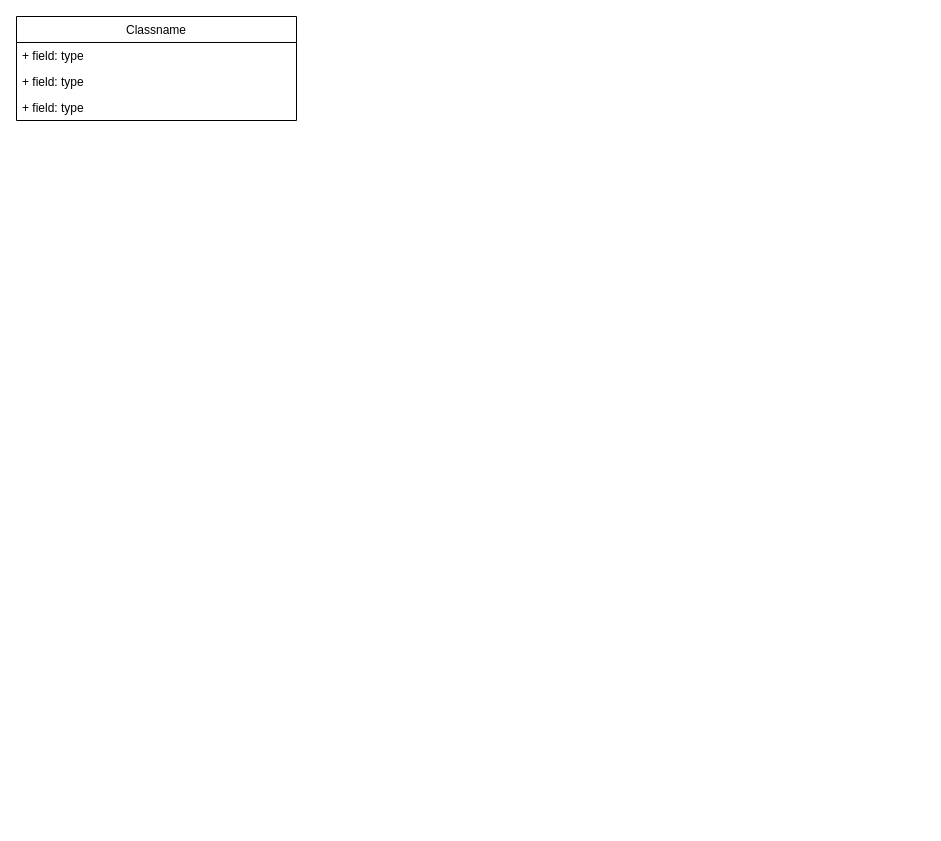
Above: Modelos/Diseño conceptual.drawio in adrianjavier/PlaceMyBet2 (draw.io), before the change. Source tidied: cells renumbered, new cells numbered last; positions are measured from the earlier drawing's top-left corner, leaving out a move shared by most shapes. Both pictures are drawn from the tidied source at 100%, with x=0, y=0 at pixel (16, 16).
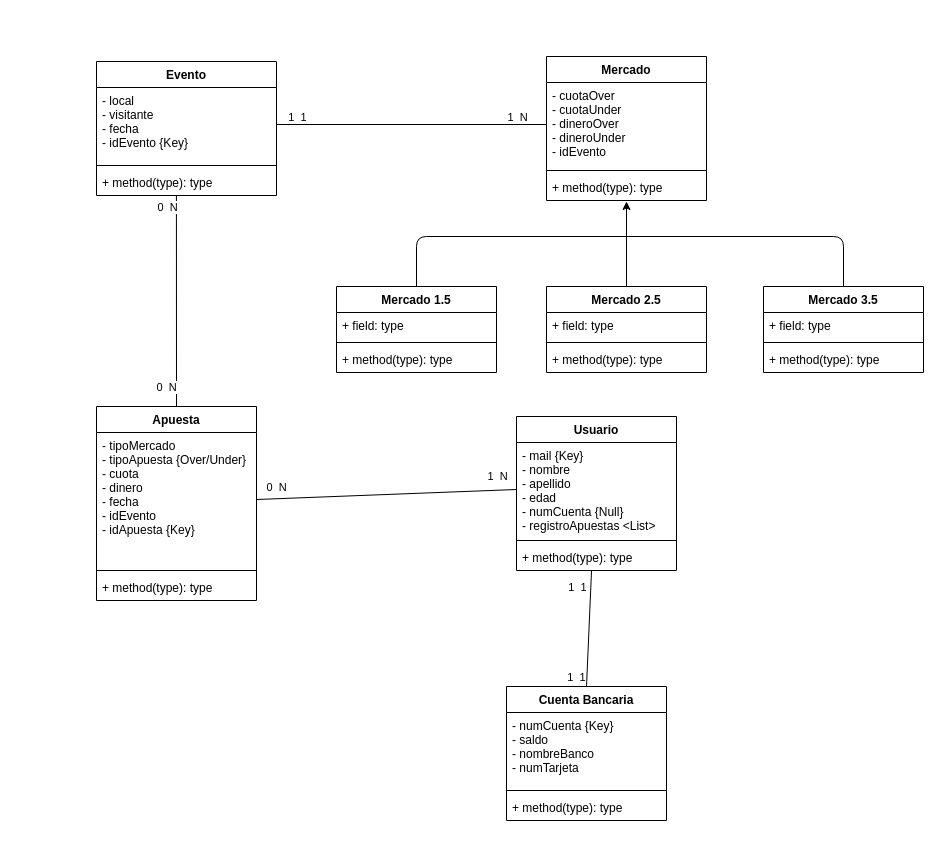
The same page after the edit.

Diff of the diagram source:
```diff
@@
-    <mxCell id="2" value="Classname" style="swimlane;fontStyle=0;horizontal=1;startSize=26;fillColor=none;" parent="1" vertex="1">
-      <mxGeometry width="280" height="104" as="geometry" />
-    </mxCell>
-    <mxCell id="3" value="+ field: type" style="text;strokeColor=none;fillColor=none;align=left;verticalAlign=top;spacingLeft=4;spacingRight=4;overflow=hidden;" parent="2" vertex="1">
-      <mxGeometry y="26" width="280" height="26" as="geometry" />
-    </mxCell>
-    <mxCell id="4" value="+ field: type" style="text;strokeColor=none;fillColor=none;align=left;verticalAlign=top;spacingLeft=4;spacingRight=4;overflow=hidden;" parent="2" vertex="1">
-      <mxGeometry y="52" width="280" height="26" as="geometry" />
-    </mxCell>
-    <mxCell id="5" value="+ field: type" style="text;strokeColor=none;fillColor=none;align=left;verticalAlign=top;spacingLeft=4;spacingRight=4;overflow=hidden;" parent="2" vertex="1">
-      <mxGeometry y="78" width="280" height="26" as="geometry" />
-    </mxCell>
+    <mxCell id="6" style="endArrow=none;html=1;entryX=0.5;entryY=0;entryDx=0;entryDy=0;exitX=0.469;exitY=1;exitDx=0;exitDy=0;exitPerimeter=0;endFill=0;" parent="1" edge="1" source="41" target="45">
+      <mxGeometry relative="1" as="geometry" />
+    </mxCell>
+    <mxCell id="7" value="1&amp;nbsp; 1" style="edgeLabel;html=1;align=center;verticalAlign=middle;" parent="6" vertex="1">
+      <mxGeometry x="-0.76" y="-2" relative="1" as="geometry">
+        <mxPoint x="-12.4" y="3.1" as="offset" />
+      </mxGeometry>
+    </mxCell>
+    <mxCell id="8" value="1&amp;nbsp; 1" style="edgeLabel;html=1;align=center;verticalAlign=middle;" parent="6" vertex="1">
+      <mxGeometry x="0.74" relative="1" as="geometry">
+        <mxPoint x="-10.7" y="5.1" as="offset" />
+      </mxGeometry>
+    </mxCell>
+    <mxCell id="9" style="endArrow=none;html=1;entryX=0;entryY=0.5;entryDx=0;entryDy=0;exitX=1;exitY=0.5;exitDx=0;exitDy=0;endFill=0;" parent="1" edge="1" source="50" target="39">
+      <mxGeometry relative="1" as="geometry" />
+    </mxCell>
+    <mxCell id="10" value="0&amp;nbsp; N" style="edgeLabel;html=1;align=center;verticalAlign=middle;" parent="9" vertex="1">
+      <mxGeometry x="-0.22" relative="1" as="geometry">
+        <mxPoint x="-81.9" y="-9.1" as="offset" />
+      </mxGeometry>
+    </mxCell>
+    <mxCell id="11" value="1&amp;nbsp; N" style="edgeLabel;html=1;align=center;verticalAlign=middle;" parent="9" vertex="1">
+      <mxGeometry x="0.75" y="-1" relative="1" as="geometry">
+        <mxPoint x="13.1" y="-15.3" as="offset" />
+      </mxGeometry>
+    </mxCell>
+    <mxCell id="12" style="endArrow=none;html=1;entryX=1;entryY=0.5;entryDx=0;entryDy=0;exitX=0;exitY=0.5;exitDx=0;exitDy=0;endFill=0;" parent="1" edge="1" source="31" target="35">
+      <mxGeometry relative="1" as="geometry" />
+    </mxCell>
+    <mxCell id="13" value="1&amp;nbsp; N" style="edgeLabel;html=1;align=center;verticalAlign=middle;" parent="12" vertex="1">
+      <mxGeometry x="-0.24" y="-4" relative="1" as="geometry">
+        <mxPoint x="73" y="-4" as="offset" />
+      </mxGeometry>
+    </mxCell>
+    <mxCell id="14" value="1&amp;nbsp; 1" style="edgeLabel;html=1;align=center;verticalAlign=middle;" parent="12" vertex="1">
+      <mxGeometry x="0.09" y="-3" relative="1" as="geometry">
+        <mxPoint x="-103" y="-5" as="offset" />
+      </mxGeometry>
+    </mxCell>
+    <mxCell id="15" value="Mercado 2.5" style="swimlane;fontStyle=1;align=center;verticalAlign=top;horizontal=1;startSize=26;" parent="1" vertex="1">
+      <mxGeometry x="530" y="270" width="160" height="86" as="geometry" />
+    </mxCell>
+    <mxCell id="16" value="+ field: type" style="text;strokeColor=none;fillColor=none;align=left;verticalAlign=top;spacingLeft=4;spacingRight=4;overflow=hidden;" parent="15" vertex="1">
+      <mxGeometry y="26" width="160" height="26" as="geometry" />
+    </mxCell>
+    <mxCell id="17" style="line;strokeWidth=1;fillColor=none;align=left;verticalAlign=middle;spacingTop=-1;spacingLeft=3;spacingRight=3;labelPosition=right;" parent="15" vertex="1">
+      <mxGeometry y="52" width="160" height="8" as="geometry" />
+    </mxCell>
+    <mxCell id="18" value="+ method(type): type" style="text;strokeColor=none;fillColor=none;align=left;verticalAlign=top;spacingLeft=4;spacingRight=4;overflow=hidden;" parent="15" vertex="1">
+      <mxGeometry y="60" width="160" height="26" as="geometry" />
+    </mxCell>
+    <mxCell id="19" value="Mercado 1.5" style="swimlane;fontStyle=1;align=center;verticalAlign=top;horizontal=1;startSize=26;" parent="1" vertex="1">
+      <mxGeometry x="320" y="270" width="160" height="86" as="geometry" />
+    </mxCell>
+    <mxCell id="20" value="+ field: type" style="text;strokeColor=none;fillColor=none;align=left;verticalAlign=top;spacingLeft=4;spacingRight=4;overflow=hidden;" parent="19" vertex="1">
+      <mxGeometry y="26" width="160" height="26" as="geometry" />
+    </mxCell>
+    <mxCell id="21" style="line;strokeWidth=1;fillColor=none;align=left;verticalAlign=middle;spacingTop=-1;spacingLeft=3;spacingRight=3;labelPosition=right;" parent="19" vertex="1">
+      <mxGeometry y="52" width="160" height="8" as="geometry" />
+    </mxCell>
+    <mxCell id="22" value="+ method(type): type" style="text;strokeColor=none;fillColor=none;align=left;verticalAlign=top;spacingLeft=4;spacingRight=4;overflow=hidden;" parent="19" vertex="1">
+      <mxGeometry y="60" width="160" height="26" as="geometry" />
+    </mxCell>
+    <mxCell id="23" value="Mercado 3.5" style="swimlane;fontStyle=1;align=center;verticalAlign=top;horizontal=1;startSize=26;" parent="1" vertex="1">
+      <mxGeometry x="747" y="270" width="160" height="86" as="geometry" />
+    </mxCell>
+    <mxCell id="24" value="+ field: type" style="text;strokeColor=none;fillColor=none;align=left;verticalAlign=top;spacingLeft=4;spacingRight=4;overflow=hidden;" parent="23" vertex="1">
+      <mxGeometry y="26" width="160" height="26" as="geometry" />
+    </mxCell>
+    <mxCell id="25" style="line;strokeWidth=1;fillColor=none;align=left;verticalAlign=middle;spacingTop=-1;spacingLeft=3;spacingRight=3;labelPosition=right;" parent="23" vertex="1">
+      <mxGeometry y="52" width="160" height="8" as="geometry" />
+    </mxCell>
+    <mxCell id="26" value="+ method(type): type" style="text;strokeColor=none;fillColor=none;align=left;verticalAlign=top;spacingLeft=4;spacingRight=4;overflow=hidden;" parent="23" vertex="1">
+      <mxGeometry y="60" width="160" height="26" as="geometry" />
+    </mxCell>
+    <mxCell id="27" style="endArrow=none;html=1;exitX=0.5;exitY=0;exitDx=0;exitDy=0;endFill=0;" parent="1" edge="1" source="19">
+      <mxGeometry relative="1" as="geometry">
+        <mxPoint x="591" y="220" as="targetPoint" />
+        <Array as="points">
+          <mxPoint x="400" y="220" />
+        </Array>
+      </mxGeometry>
+    </mxCell>
+    <mxCell id="28" style="endArrow=none;html=1;exitX=0.5;exitY=0;exitDx=0;exitDy=0;endFill=0;" parent="1" edge="1" source="23">
+      <mxGeometry relative="1" as="geometry">
+        <mxPoint x="590" y="220" as="targetPoint" />
+        <Array as="points">
+          <mxPoint x="827" y="220" />
+        </Array>
+      </mxGeometry>
+    </mxCell>
+    <mxCell id="29" style="endArrow=classic;html=1;exitX=0.5;exitY=0;exitDx=0;exitDy=0;entryX=0.5;entryY=1.038;entryDx=0;entryDy=0;entryPerimeter=0;" parent="1" edge="1" source="15" target="33">
+      <mxGeometry relative="1" as="geometry" />
+    </mxCell>
+    <mxCell id="30" value="Mercado" style="swimlane;fontStyle=1;align=center;verticalAlign=top;horizontal=1;startSize=26;" parent="1" vertex="1">
+      <mxGeometry x="530" y="40" width="160" height="144" as="geometry" />
+    </mxCell>
+    <mxCell id="31" value="- cuotaOver&#10;- cuotaUnder&#10;- dineroOver&#10;- dineroUnder&#10;- idEvento" style="text;strokeColor=none;fillColor=none;align=left;verticalAlign=top;spacingLeft=4;spacingRight=4;overflow=hidden;points=[[0,0.5],[1,0.5]];portConstraint=eastwest;" parent="30" vertex="1">
+      <mxGeometry y="26" width="160" height="84" as="geometry" />
+    </mxCell>
+    <mxCell id="32" style="line;strokeWidth=1;fillColor=none;align=left;verticalAlign=middle;spacingTop=-1;spacingLeft=3;spacingRight=3;labelPosition=right;" parent="30" vertex="1">
+      <mxGeometry y="110" width="160" height="8" as="geometry" />
+    </mxCell>
+    <mxCell id="33" value="+ method(type): type" style="text;strokeColor=none;fillColor=none;align=left;verticalAlign=top;spacingLeft=4;spacingRight=4;overflow=hidden;points=[[0,0.5],[1,0.5]];portConstraint=eastwest;" parent="30" vertex="1">
+      <mxGeometry y="118" width="160" height="26" as="geometry" />
+    </mxCell>
+    <mxCell id="34" value="Evento" style="swimlane;fontStyle=1;align=center;verticalAlign=top;horizontal=1;startSize=26;" parent="1" vertex="1">
+      <mxGeometry x="80" y="45" width="180" height="134" as="geometry" />
+    </mxCell>
+    <mxCell id="35" value="- local&#10;- visitante&#10;- fecha&#10;- idEvento {Key}" style="text;strokeColor=none;fillColor=none;align=left;verticalAlign=top;spacingLeft=4;spacingRight=4;overflow=hidden;points=[[0,0.5],[1,0.5]];portConstraint=eastwest;" parent="34" vertex="1">
+      <mxGeometry y="26" width="180" height="74" as="geometry" />
+    </mxCell>
+    <mxCell id="36" style="line;strokeWidth=1;fillColor=none;align=left;verticalAlign=middle;spacingTop=-1;spacingLeft=3;spacingRight=3;labelPosition=right;" parent="34" vertex="1">
+      <mxGeometry y="100" width="180" height="8" as="geometry" />
+    </mxCell>
+    <mxCell id="37" value="+ method(type): type" style="text;strokeColor=none;fillColor=none;align=left;verticalAlign=top;spacingLeft=4;spacingRight=4;overflow=hidden;points=[[0,0.5],[1,0.5]];portConstraint=eastwest;" parent="34" vertex="1">
+      <mxGeometry y="108" width="180" height="26" as="geometry" />
+    </mxCell>
+    <mxCell id="38" value="Usuario" style="swimlane;fontStyle=1;align=center;verticalAlign=top;horizontal=1;startSize=26;" parent="1" vertex="1">
+      <mxGeometry x="500" y="400" width="160" height="154" as="geometry" />
+    </mxCell>
+    <mxCell id="39" value="- mail {Key}&#10;- nombre&#10;- apellido&#10;- edad&#10;- numCuenta {Null}&#10;- registroApuestas &lt;List&gt;" style="text;strokeColor=none;fillColor=none;align=left;verticalAlign=top;spacingLeft=4;spacingRight=4;overflow=hidden;points=[[0,0.5],[1,0.5]];portConstraint=eastwest;" parent="38" vertex="1">
+      <mxGeometry y="26" width="160" height="94" as="geometry" />
+    </mxCell>
+    <mxCell id="40" style="line;strokeWidth=1;fillColor=none;align=left;verticalAlign=middle;spacingTop=-1;spacingLeft=3;spacingRight=3;labelPosition=right;" parent="38" vertex="1">
+      <mxGeometry y="120" width="160" height="8" as="geometry" />
+    </mxCell>
+    <mxCell id="41" value="+ method(type): type" style="text;strokeColor=none;fillColor=none;align=left;verticalAlign=top;spacingLeft=4;spacingRight=4;overflow=hidden;points=[[0,0.5],[1,0.5]];portConstraint=eastwest;" parent="38" vertex="1">
+      <mxGeometry y="128" width="160" height="26" as="geometry" />
+    </mxCell>
+    <mxCell id="42" style="endArrow=none;html=1;exitX=0.5;exitY=0;exitDx=0;exitDy=0;endFill=0;entryX=0.444;entryY=1;entryDx=0;entryDy=0;entryPerimeter=0;" parent="1" edge="1" source="49" target="37">
+      <mxGeometry relative="1" as="geometry" />
+    </mxCell>
+    <mxCell id="43" value="0&amp;nbsp; N" style="edgeLabel;html=1;align=center;verticalAlign=middle;" parent="42" vertex="1">
+      <mxGeometry x="0.82" y="2" relative="1" as="geometry">
+        <mxPoint x="-7.9" y="-8" as="offset" />
+      </mxGeometry>
+    </mxCell>
+    <mxCell id="44" value="0&amp;nbsp; N" style="edgeLabel;html=1;align=center;verticalAlign=middle;" parent="42" vertex="1">
+      <mxGeometry x="-0.78" relative="1" as="geometry">
+        <mxPoint x="-10" y="3" as="offset" />
+      </mxGeometry>
+    </mxCell>
+    <mxCell id="45" value="Cuenta Bancaria" style="swimlane;fontStyle=1;align=center;verticalAlign=top;horizontal=1;startSize=26;" parent="1" vertex="1">
+      <mxGeometry x="490" y="670" width="160" height="134" as="geometry" />
+    </mxCell>
+    <mxCell id="46" value="- numCuenta {Key}&#10;- saldo&#10;- nombreBanco&#10;- numTarjeta" style="text;strokeColor=none;fillColor=none;align=left;verticalAlign=top;spacingLeft=4;spacingRight=4;overflow=hidden;" parent="45" vertex="1">
+      <mxGeometry y="26" width="160" height="74" as="geometry" />
+    </mxCell>
+    <mxCell id="47" style="line;strokeWidth=1;fillColor=none;align=left;verticalAlign=middle;spacingTop=-1;spacingLeft=3;spacingRight=3;labelPosition=right;" parent="45" vertex="1">
+      <mxGeometry y="100" width="160" height="8" as="geometry" />
+    </mxCell>
+    <mxCell id="48" value="+ method(type): type" style="text;strokeColor=none;fillColor=none;align=left;verticalAlign=top;spacingLeft=4;spacingRight=4;overflow=hidden;" parent="45" vertex="1">
+      <mxGeometry y="108" width="160" height="26" as="geometry" />
+    </mxCell>
+    <mxCell id="49" value="Apuesta" style="swimlane;fontStyle=1;align=center;verticalAlign=top;horizontal=1;startSize=26;" parent="1" vertex="1">
+      <mxGeometry x="80" y="390" width="160" height="194" as="geometry" />
+    </mxCell>
+    <mxCell id="50" value="- tipoMercado&#10;- tipoApuesta {Over/Under}&#10;- cuota&#10;- dinero&#10;- fecha &#10;- idEvento&#10;- idApuesta {Key}" style="text;strokeColor=none;fillColor=none;align=left;verticalAlign=top;spacingLeft=4;spacingRight=4;overflow=hidden;points=[[0,0.5],[1,0.5]];portConstraint=eastwest;" parent="49" vertex="1">
+      <mxGeometry y="26" width="160" height="134" as="geometry" />
+    </mxCell>
+    <mxCell id="51" style="line;strokeWidth=1;fillColor=none;align=left;verticalAlign=middle;spacingTop=-1;spacingLeft=3;spacingRight=3;labelPosition=right;" parent="49" vertex="1">
+      <mxGeometry y="160" width="160" height="8" as="geometry" />
+    </mxCell>
+    <mxCell id="52" value="+ method(type): type" style="text;strokeColor=none;fillColor=none;align=left;verticalAlign=top;spacingLeft=4;spacingRight=4;overflow=hidden;" parent="49" vertex="1">
+      <mxGeometry y="168" width="160" height="26" as="geometry" />
+    </mxCell>
```
